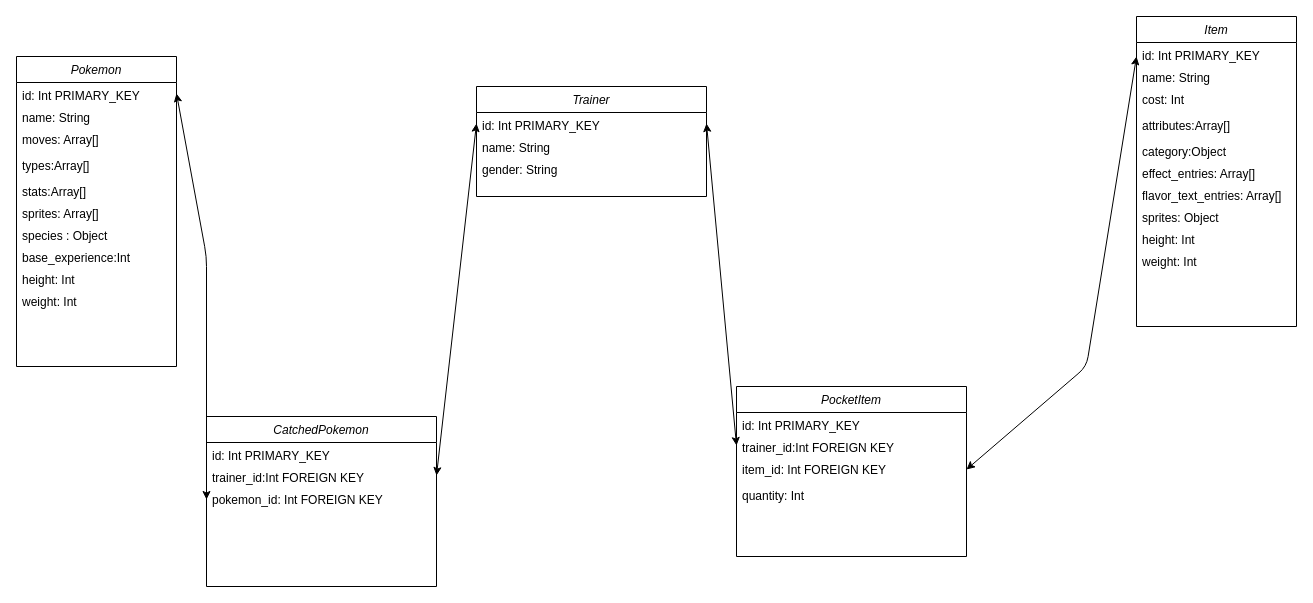
Earlier version of the draw.io diagram Class_Diagram.drawio (minikdev/pokeminik). Source tidied: cells renumbered, new cells numbered last; positions are measured from the earlier drawing's top-left corner, leaving out a move shared by most shapes. Both pictures are drawn from the tidied source at 100%, with x=0, y=0 at pixel (16, 16).
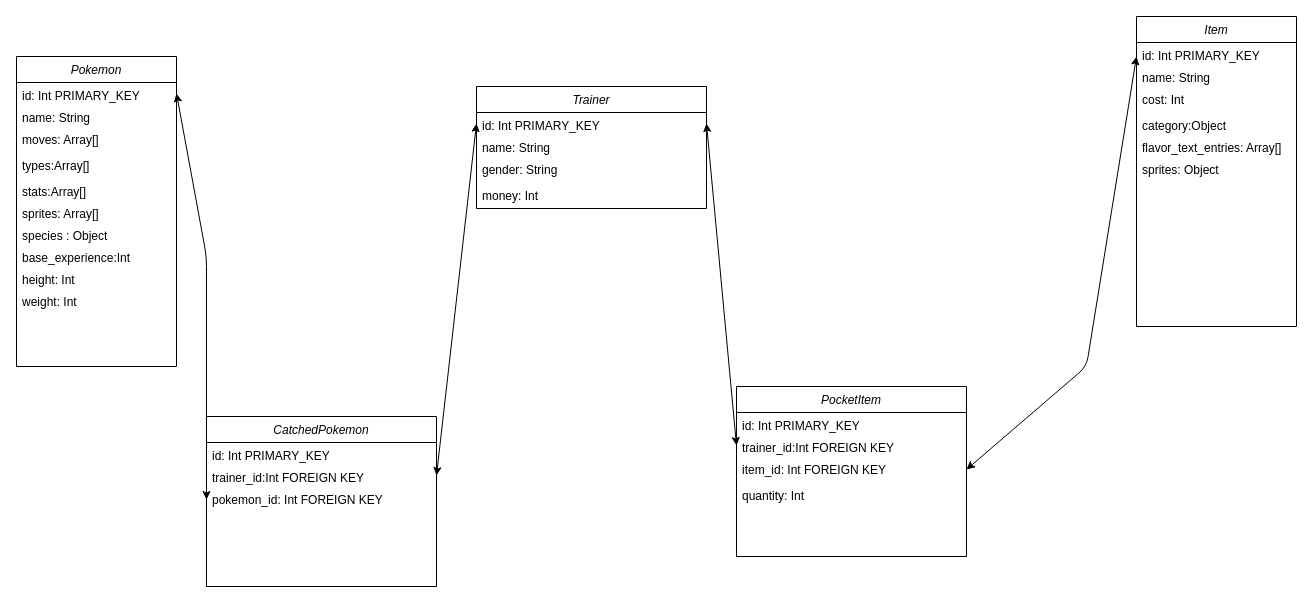
The same page after the edit.

Commit message (it also covers changes not shown here):
get_items command added, class diagram updated

Unchanged cells that the change refers to:
```xml
<mxCell id="13" value="Item" style="swimlane;fontStyle=2;align=center;verticalAlign=top;horizontal=1;startSize=26;rounded=0;shadow=0;strokeWidth=1;" parent="1" vertex="1">
  <mxGeometry x="1120" width="160" height="310" as="geometry" />
</mxCell>
```

Change to the diagram source:
```diff
@@
-    <mxCell id="17" value="attributes:Array[]" style="text;align=left;verticalAlign=top;spacingLeft=4;spacingRight=4;overflow=hidden;rounded=0;shadow=0;html=0;" parent="13" vertex="1">
-      <mxGeometry y="96" width="160" height="26" as="geometry" />
-    </mxCell>
     <mxCell id="18" value="category:Object" style="text;align=left;verticalAlign=top;spacingLeft=4;spacingRight=4;overflow=hidden;rounded=0;shadow=0;html=0;" parent="13" vertex="1">
-      <mxGeometry y="122" width="160" height="22" as="geometry" />
+      <mxGeometry y="96" width="160" height="22" as="geometry" />
     </mxCell>
-    <mxCell id="19" value="effect_entries: Array[]" style="text;align=left;verticalAlign=top;spacingLeft=4;spacingRight=4;overflow=hidden;rounded=0;shadow=0;html=0;" parent="13" vertex="1">
-      <mxGeometry y="144" width="160" height="22" as="geometry" />
-    </mxCell>
     <mxCell id="20" value="flavor_text_entries: Array[]" style="text;align=left;verticalAlign=top;spacingLeft=4;spacingRight=4;overflow=hidden;rounded=0;shadow=0;html=0;" parent="13" vertex="1">
-      <mxGeometry y="166" width="160" height="22" as="geometry" />
+      <mxGeometry y="118" width="160" height="22" as="geometry" />
     </mxCell>
     <mxCell id="21" value="sprites: Object" style="text;align=left;verticalAlign=top;spacingLeft=4;spacingRight=4;overflow=hidden;rounded=0;shadow=0;html=0;" parent="13" vertex="1">
-      <mxGeometry y="188" width="160" height="22" as="geometry" />
+      <mxGeometry y="140" width="160" height="22" as="geometry" />
     </mxCell>
-    <mxCell id="22" value="height: Int" style="text;align=left;verticalAlign=top;spacingLeft=4;spacingRight=4;overflow=hidden;rounded=0;shadow=0;html=0;" parent="13" vertex="1">
-      <mxGeometry y="210" width="160" height="22" as="geometry" />
-    </mxCell>
-    <mxCell id="23" value="weight: Int&#10;" style="text;align=left;verticalAlign=top;spacingLeft=4;spacingRight=4;overflow=hidden;rounded=0;shadow=0;html=0;" parent="13" vertex="1">
-      <mxGeometry y="232" width="160" height="22" as="geometry" />
-    </mxCell>
     <mxCell id="24" value="Trainer" style="swimlane;fontStyle=2;align=center;verticalAlign=top;horizontal=1;startSize=26;rounded=0;shadow=0;strokeWidth=1;" parent="1" vertex="1">
-      <mxGeometry x="460" y="70" width="230" height="110" as="geometry" />
+      <mxGeometry x="460" y="70" width="230" height="122" as="geometry" />
     </mxCell>
@@
+    <mxCell id="41" value="money: Int&#10;" style="text;align=left;verticalAlign=top;spacingLeft=4;spacingRight=4;overflow=hidden;" parent="24" vertex="1">
+      <mxGeometry y="96" width="230" height="26" as="geometry" />
+    </mxCell>
```
